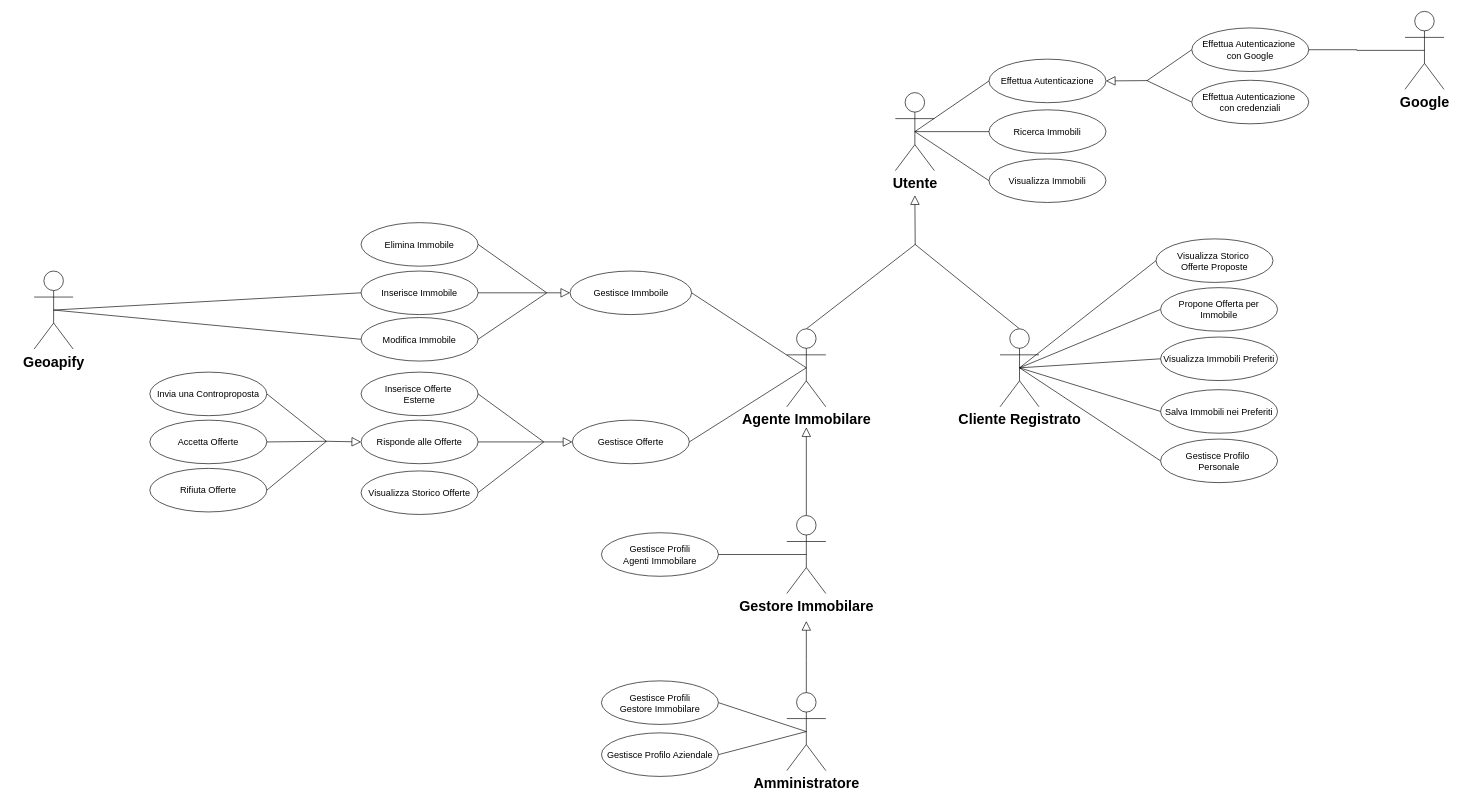
The draw.io diagram page "v.1.2" (3 of 3) of documentazione/use-case.drawio in Lucalorenzo004/DietiEstates25, before the edit. Source tidied: cells renumbered, new cells numbered last; positions are measured from the earlier drawing's top-left corner, leaving out a move shared by most shapes. Both pictures are drawn from the tidied source at 65%, with x=0, y=0 at pixel (34, 11).
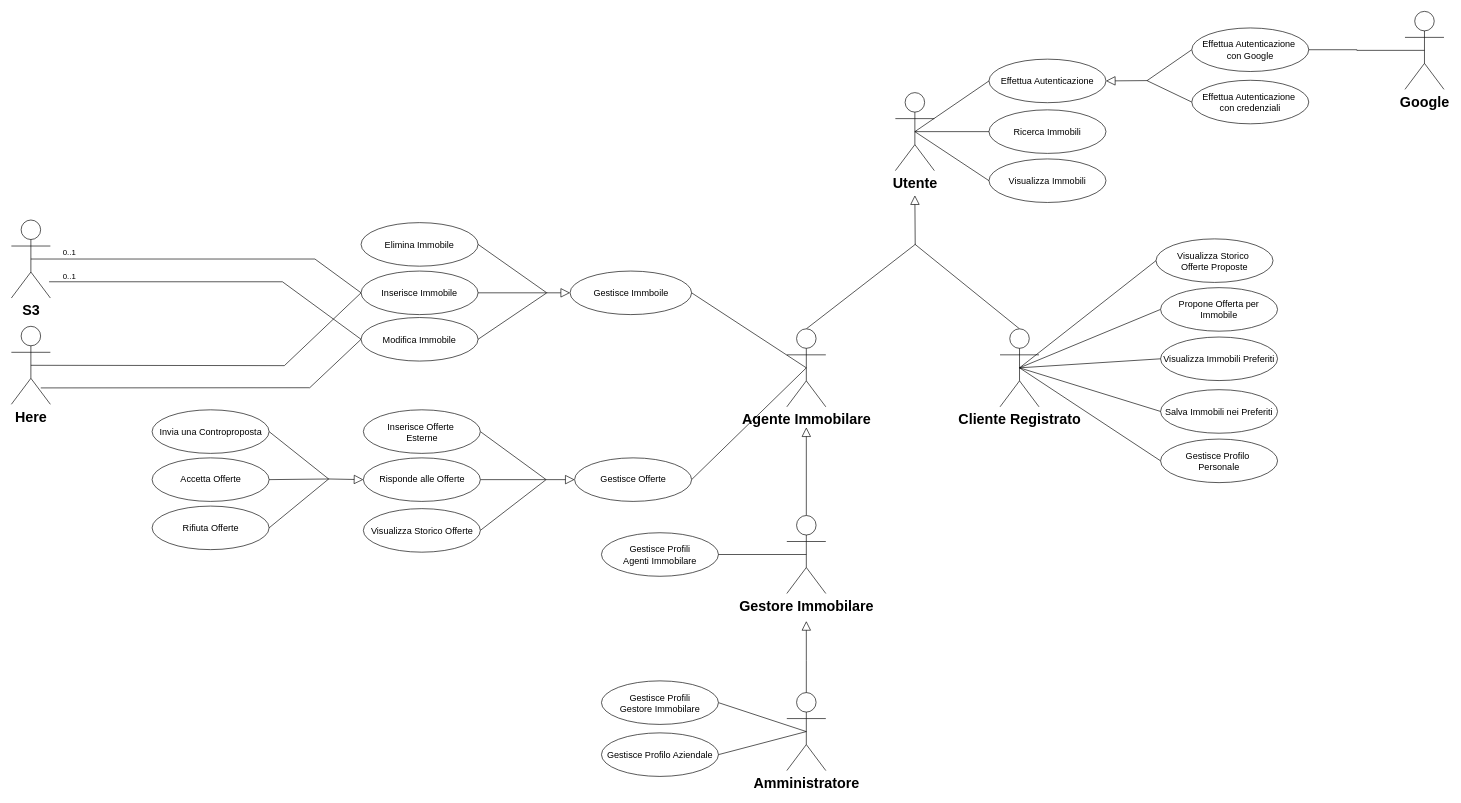
The same diagram, later.

Unchanged cells that the change refers to:
```xml
<mxCell id="60" value="Inserisce Immobile" style="ellipse;html=1;whiteSpace=wrap;fontSize=14;" parent="1" vertex="1">
  <mxGeometry x="503" y="399.5" width="180" height="67" as="geometry" />
</mxCell>
<mxCell id="61" value="Modifica Immobile" style="ellipse;html=1;whiteSpace=wrap;fontSize=14;" parent="1" vertex="1">
  <mxGeometry x="503" y="471" width="180" height="67" as="geometry" />
</mxCell>
```

Diff of the diagram source:
```diff
@@
     <mxCell id="14" value="Gestisce Offerte" style="ellipse;html=1;whiteSpace=wrap;fontSize=14;" parent="1" vertex="1">
-      <mxGeometry x="828" y="628.9" width="180" height="67" as="geometry" />
+      <mxGeometry x="831.5" y="686.9" width="180" height="67" as="geometry" />
     </mxCell>
@@
-    <mxCell id="16" value="&lt;font style=&quot;font-size: 22px;&quot;&gt;&lt;b style=&quot;font-size: 22px;&quot;&gt;Geoapify&lt;/b&gt;&lt;/font&gt;" style="shape=umlActor;verticalLabelPosition=bottom;verticalAlign=top;html=1;fontSize=22;" parent="1" vertex="1">
-      <mxGeometry y="399.5" width="60" height="120" as="geometry" />
+    <mxCell id="16" value="&lt;font style=&quot;font-size: 22px;&quot;&gt;&lt;b style=&quot;font-size: 22px;&quot;&gt;Here&lt;/b&gt;&lt;/font&gt;" style="shape=umlActor;verticalLabelPosition=bottom;verticalAlign=top;html=1;fontSize=22;" parent="1" vertex="1">
+      <mxGeometry x="-35" y="484.5" width="60" height="120" as="geometry" />
     </mxCell>
     <mxCell id="17" style="shape=connector;rounded=0;jettySize=auto;html=1;exitX=0;exitY=0.5;exitDx=0;exitDy=0;labelBackgroundColor=default;strokeColor=default;align=center;verticalAlign=middle;fontFamily=Helvetica;fontSize=14;fontColor=default;endArrow=none;endFill=0;entryX=0.5;entryY=0.5;entryDx=0;entryDy=0;entryPerimeter=0;" parent="1" edge="1" source="60" target="16">
-      <mxGeometry relative="1" as="geometry" />
+      <mxGeometry relative="1" as="geometry">
+        <Array as="points">
+          <mxPoint x="385" y="545" />
+        </Array>
+      </mxGeometry>
     </mxCell>
@@
     <mxCell id="33" value="Inserisce Offerte&amp;nbsp;&lt;div style=&quot;font-size: 14px;&quot;&gt;Esterne&lt;/div&gt;" style="ellipse;html=1;whiteSpace=wrap;fontSize=14;" parent="1" vertex="1">
-      <mxGeometry x="503" y="555" width="180" height="67" as="geometry" />
+      <mxGeometry x="506.5" y="613" width="180" height="67" as="geometry" />
     </mxCell>
@@
     <mxCell id="35" value="Accetta Offerte" style="ellipse;html=1;whiteSpace=wrap;fontSize=14;" parent="1" vertex="1">
-      <mxGeometry x="178" y="628.9" width="180" height="67" as="geometry" />
+      <mxGeometry x="181.5" y="686.9" width="180" height="67" as="geometry" />
     </mxCell>
@@
     <mxCell id="37" value="Visualizza Storico Offerte" style="ellipse;html=1;whiteSpace=wrap;fontSize=14;" parent="1" vertex="1">
-      <mxGeometry x="503" y="707" width="180" height="67" as="geometry" />
+      <mxGeometry x="506.5" y="765" width="180" height="67" as="geometry" />
     </mxCell>
@@
     <mxCell id="43" value="Risponde alle Offerte" style="ellipse;html=1;whiteSpace=wrap;fontSize=14;" parent="1" vertex="1">
-      <mxGeometry x="503" y="628.9" width="180" height="67" as="geometry" />
+      <mxGeometry x="506.5" y="686.9" width="180" height="67" as="geometry" />
     </mxCell>
@@
     <mxCell id="48" style="ellipse;whiteSpace=wrap;html=1;fontFamily=Helvetica;fontSize=14;fontColor=default;labelBackgroundColor=default;" parent="1" vertex="1">
-      <mxGeometry x="783" y="661.9" width="1" height="1" as="geometry" />
+      <mxGeometry x="786.5" y="719.9" width="1" height="1" as="geometry" />
     </mxCell>
@@
     <mxCell id="55" value="Invia una Controproposta" style="ellipse;html=1;whiteSpace=wrap;fontSize=14;" parent="1" vertex="1">
-      <mxGeometry x="178" y="555" width="180" height="67" as="geometry" />
+      <mxGeometry x="181.5" y="613" width="180" height="67" as="geometry" />
     </mxCell>
@@
     <mxCell id="57" value="Rifiuta Offerte" style="ellipse;html=1;whiteSpace=wrap;fontSize=14;" parent="1" vertex="1">
-      <mxGeometry x="178" y="703.1" width="180" height="67" as="geometry" />
+      <mxGeometry x="181.5" y="761.1" width="180" height="67" as="geometry" />
     </mxCell>
@@
     <mxCell id="59" style="ellipse;whiteSpace=wrap;html=1;fontFamily=Helvetica;fontSize=11;fontColor=default;labelBackgroundColor=default;" parent="1" vertex="1">
-      <mxGeometry x="449" y="660.9" width="1" height="1" as="geometry" />
+      <mxGeometry x="452.5" y="718.9" width="1" height="1" as="geometry" />
     </mxCell>
@@
+    <mxCell id="74" style="rounded=0;jettySize=auto;html=1;exitX=0;exitY=0.5;exitDx=0;exitDy=0;endArrow=none;endFill=0;" parent="1" edge="1" source="61">
+      <mxGeometry relative="1" as="geometry">
+        <mxPoint x="23" y="416" as="targetPoint" />
+        <Array as="points">
+          <mxPoint x="382" y="416" />
+        </Array>
+      </mxGeometry>
+    </mxCell>
@@
-    <mxCell id="68" style="edgeStyle=none;shape=connector;rounded=0;jettySize=auto;html=1;exitX=0;exitY=0.5;exitDx=0;exitDy=0;entryX=0.5;entryY=0.5;entryDx=0;entryDy=0;entryPerimeter=0;strokeColor=default;align=center;verticalAlign=middle;fontFamily=Helvetica;fontSize=11;fontColor=default;labelBackgroundColor=default;endArrow=none;endFill=0;" parent="1" edge="1" source="61" target="16">
-      <mxGeometry relative="1" as="geometry" />
+    <mxCell id="68" style="edgeStyle=none;shape=connector;rounded=0;jettySize=auto;html=1;exitX=0;exitY=0.5;exitDx=0;exitDy=0;entryX=0.754;entryY=0.79;entryDx=0;entryDy=0;entryPerimeter=0;strokeColor=default;align=center;verticalAlign=middle;fontFamily=Helvetica;fontSize=11;fontColor=default;labelBackgroundColor=default;endArrow=none;endFill=0;" parent="1" edge="1" source="61" target="16">
+      <mxGeometry relative="1" as="geometry">
+        <Array as="points">
+          <mxPoint x="424" y="579" />
+        </Array>
+      </mxGeometry>
     </mxCell>
@@
+    <mxCell id="75" value="&lt;font style=&quot;font-size: 22px;&quot;&gt;&lt;b style=&quot;font-size: 22px;&quot;&gt;S3&lt;/b&gt;&lt;/font&gt;" style="shape=umlActor;verticalLabelPosition=bottom;verticalAlign=top;html=1;fontSize=22;" parent="1" vertex="1">
+      <mxGeometry x="-35" y="321" width="60" height="120" as="geometry" />
+    </mxCell>
+    <mxCell id="76" style="rounded=0;jettySize=auto;html=1;exitX=0;exitY=0.5;exitDx=0;exitDy=0;entryX=0.5;entryY=0.5;entryDx=0;entryDy=0;entryPerimeter=0;endArrow=none;endFill=0;" parent="1" edge="1" source="60" target="75">
+      <mxGeometry relative="1" as="geometry">
+        <Array as="points">
+          <mxPoint x="432" y="381" />
+        </Array>
+      </mxGeometry>
+    </mxCell>
+    <mxCell id="77" value="0..1" style="text;html=1;align=center;verticalAlign=middle;strokeColor=none;fillColor=none;" parent="1" vertex="1">
+      <mxGeometry x="35" y="359" width="38" height="26" as="geometry" />
+    </mxCell>
+    <mxCell id="78" value="0..1" style="text;html=1;align=center;verticalAlign=middle;strokeColor=none;fillColor=none;" parent="1" vertex="1">
+      <mxGeometry x="35" y="395" width="38" height="26" as="geometry" />
+    </mxCell>
```
